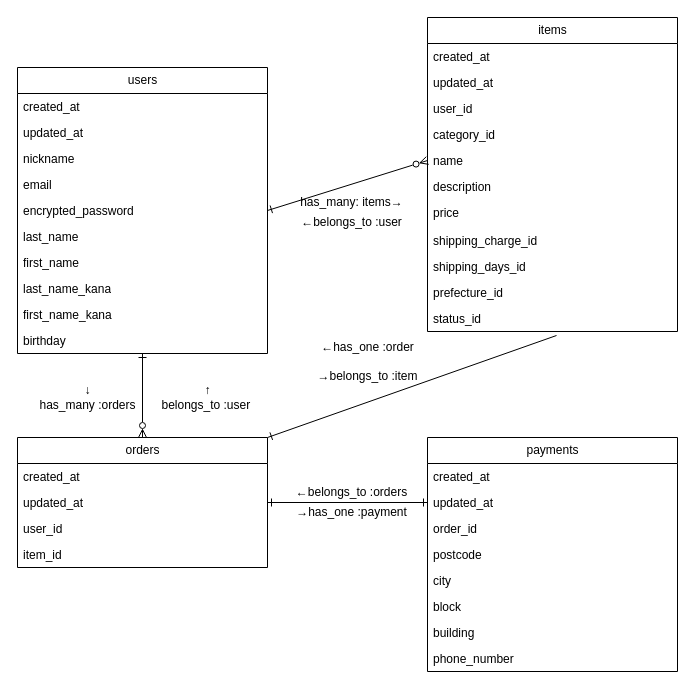
Before: er.dio in ryuseinii/furima-39473, a draw.io diagram. Source tidied: cells renumbered, new cells numbered last; positions are measured from the earlier drawing's top-left corner, leaving out a move shared by most shapes. Both pictures are drawn from the tidied source at 100%, with x=0, y=0 at pixel (17, 17).
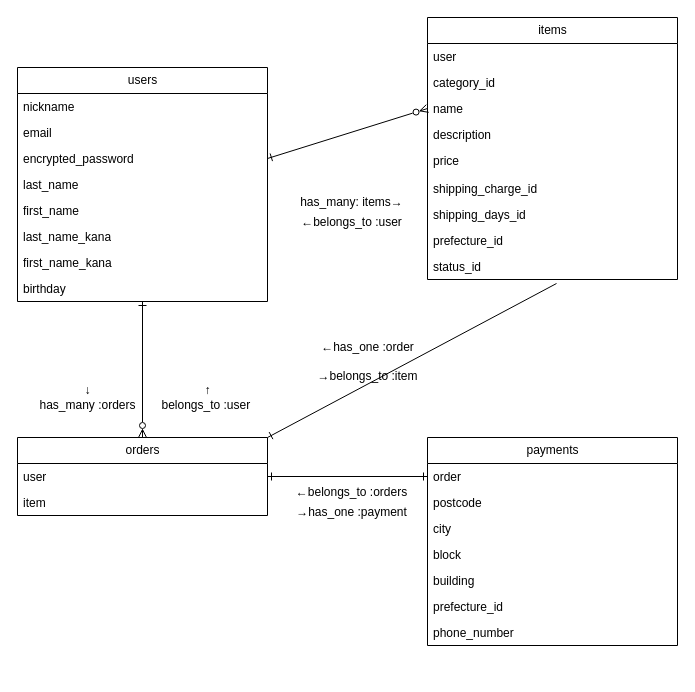
The same diagram, later.

Commit message:
指摘内容修正③

The edit, as a diff of the source:
```diff
@@
     <mxCell id="3" value="users" style="swimlane;fontStyle=0;horizontal=1;startSize=26;fillColor=none;html=1;" parent="1" vertex="1">
-      <mxGeometry y="50" width="250" height="286" as="geometry" />
+      <mxGeometry y="50" width="250" height="234" as="geometry" />
     </mxCell>
-    <mxCell id="4" value="created_at&lt;br&gt;" style="text;strokeColor=none;fillColor=none;align=left;verticalAlign=top;spacingLeft=4;spacingRight=4;overflow=hidden;whiteSpace=wrap;html=1;" parent="3" vertex="1">
-      <mxGeometry y="26" width="250" height="26" as="geometry" />
-    </mxCell>
-    <mxCell id="5" value="updated_at" style="text;strokeColor=none;fillColor=none;align=left;verticalAlign=top;spacingLeft=4;spacingRight=4;overflow=hidden;whiteSpace=wrap;html=1;" parent="3" vertex="1">
-      <mxGeometry y="52" width="250" height="26" as="geometry" />
-    </mxCell>
     <mxCell id="6" value="nickname" style="text;strokeColor=none;fillColor=none;align=left;verticalAlign=top;spacingLeft=4;spacingRight=4;overflow=hidden;whiteSpace=wrap;html=1;" parent="3" vertex="1">
-      <mxGeometry y="78" width="250" height="26" as="geometry" />
+      <mxGeometry y="26" width="250" height="26" as="geometry" />
     </mxCell>
     <mxCell id="7" value="email" style="text;strokeColor=none;fillColor=none;align=left;verticalAlign=top;spacingLeft=4;spacingRight=4;overflow=hidden;whiteSpace=wrap;html=1;" parent="3" vertex="1">
-      <mxGeometry y="104" width="250" height="26" as="geometry" />
+      <mxGeometry y="52" width="250" height="26" as="geometry" />
     </mxCell>
     <mxCell id="8" value="encrypted_password" style="text;strokeColor=none;fillColor=none;align=left;verticalAlign=top;spacingLeft=4;spacingRight=4;overflow=hidden;points=[[0,0.5],[1,0.5]];portConstraint=eastwest;whiteSpace=wrap;html=1;" parent="3" vertex="1">
-      <mxGeometry y="130" width="250" height="26" as="geometry" />
+      <mxGeometry y="78" width="250" height="26" as="geometry" />
     </mxCell>
     <mxCell id="9" value="last_name" style="text;strokeColor=none;fillColor=none;align=left;verticalAlign=top;spacingLeft=4;spacingRight=4;overflow=hidden;whiteSpace=wrap;html=1;" parent="3" vertex="1">
-      <mxGeometry y="156" width="250" height="26" as="geometry" />
+      <mxGeometry y="104" width="250" height="26" as="geometry" />
     </mxCell>
     <mxCell id="10" value="first_name" style="text;strokeColor=none;fillColor=none;align=left;verticalAlign=top;spacingLeft=4;spacingRight=4;overflow=hidden;whiteSpace=wrap;html=1;" parent="3" vertex="1">
-      <mxGeometry y="182" width="250" height="26" as="geometry" />
+      <mxGeometry y="130" width="250" height="26" as="geometry" />
     </mxCell>
     <mxCell id="11" value="last_name_kana" style="text;strokeColor=none;fillColor=none;align=left;verticalAlign=top;spacingLeft=4;spacingRight=4;overflow=hidden;whiteSpace=wrap;html=1;" parent="3" vertex="1">
-      <mxGeometry y="208" width="250" height="26" as="geometry" />
+      <mxGeometry y="156" width="250" height="26" as="geometry" />
     </mxCell>
     <mxCell id="12" value="first_name_kana" style="text;strokeColor=none;fillColor=none;align=left;verticalAlign=top;spacingLeft=4;spacingRight=4;overflow=hidden;whiteSpace=wrap;html=1;" parent="3" vertex="1">
-      <mxGeometry y="234" width="250" height="26" as="geometry" />
+      <mxGeometry y="182" width="250" height="26" as="geometry" />
     </mxCell>
     <mxCell id="13" value="birthday" style="text;strokeColor=none;fillColor=none;align=left;verticalAlign=top;spacingLeft=4;spacingRight=4;overflow=hidden;whiteSpace=wrap;html=1;" parent="3" vertex="1">
-      <mxGeometry y="260" width="250" height="26" as="geometry" />
+      <mxGeometry y="208" width="250" height="26" as="geometry" />
     </mxCell>
     <mxCell id="14" value="items" style="swimlane;fontStyle=0;horizontal=1;startSize=26;fillColor=none;html=1;" parent="1" vertex="1">
-      <mxGeometry x="410" width="250" height="314" as="geometry" />
+      <mxGeometry x="410" width="250" height="262" as="geometry" />
     </mxCell>
-    <mxCell id="15" value="created_at&lt;br&gt;" style="text;strokeColor=none;fillColor=none;align=left;verticalAlign=top;spacingLeft=4;spacingRight=4;overflow=hidden;whiteSpace=wrap;html=1;" parent="14" vertex="1">
-      <mxGeometry y="26" width="250" height="26" as="geometry" />
-    </mxCell>
-    <mxCell id="16" value="updated_at" style="text;strokeColor=none;fillColor=none;align=left;verticalAlign=top;spacingLeft=4;spacingRight=4;overflow=hidden;whiteSpace=wrap;html=1;" parent="14" vertex="1">
-      <mxGeometry y="52" width="250" height="26" as="geometry" />
-    </mxCell>
-    <mxCell id="17" value="user_id" style="text;strokeColor=none;fillColor=none;align=left;verticalAlign=top;spacingLeft=4;spacingRight=4;overflow=hidden;whiteSpace=wrap;html=1;" parent="14" vertex="1">
-      <mxGeometry y="78" width="250" height="26" as="geometry" />
+    <mxCell id="17" value="user" style="text;strokeColor=none;fillColor=none;align=left;verticalAlign=top;spacingLeft=4;spacingRight=4;overflow=hidden;whiteSpace=wrap;html=1;" parent="14" vertex="1">
+      <mxGeometry y="26" width="250" height="26" as="geometry" />
     </mxCell>
     <mxCell id="18" value="category_id" style="text;strokeColor=none;fillColor=none;align=left;verticalAlign=top;spacingLeft=4;spacingRight=4;overflow=hidden;whiteSpace=wrap;html=1;" parent="14" vertex="1">
-      <mxGeometry y="104" width="250" height="26" as="geometry" />
+      <mxGeometry y="52" width="250" height="26" as="geometry" />
     </mxCell>
     <mxCell id="19" value="name" style="text;strokeColor=none;fillColor=none;align=left;verticalAlign=top;spacingLeft=4;spacingRight=4;overflow=hidden;points=[[0,0.5],[1,0.5]];portConstraint=eastwest;whiteSpace=wrap;html=1;" parent="14" vertex="1">
-      <mxGeometry y="130" width="250" height="26" as="geometry" />
+      <mxGeometry y="78" width="250" height="26" as="geometry" />
     </mxCell>
     <mxCell id="20" value="description" style="text;strokeColor=none;fillColor=none;align=left;verticalAlign=top;spacingLeft=4;spacingRight=4;overflow=hidden;whiteSpace=wrap;html=1;" parent="14" vertex="1">
-      <mxGeometry y="156" width="250" height="26" as="geometry" />
+      <mxGeometry y="104" width="250" height="26" as="geometry" />
     </mxCell>
     <mxCell id="21" value="price" style="text;strokeColor=none;fillColor=none;align=left;verticalAlign=top;spacingLeft=4;spacingRight=4;overflow=hidden;whiteSpace=wrap;html=1;" parent="14" vertex="1">
-      <mxGeometry y="182" width="250" height="28" as="geometry" />
+      <mxGeometry y="130" width="250" height="28" as="geometry" />
     </mxCell>
     <mxCell id="22" value="shipping_charge_id" style="text;strokeColor=none;fillColor=none;align=left;verticalAlign=top;spacingLeft=4;spacingRight=4;overflow=hidden;whiteSpace=wrap;html=1;" parent="14" vertex="1">
-      <mxGeometry y="210" width="250" height="26" as="geometry" />
+      <mxGeometry y="158" width="250" height="26" as="geometry" />
     </mxCell>
     <mxCell id="23" value="shipping_days_id" style="text;strokeColor=none;fillColor=none;align=left;verticalAlign=top;spacingLeft=4;spacingRight=4;overflow=hidden;whiteSpace=wrap;html=1;" parent="14" vertex="1">
-      <mxGeometry y="236" width="250" height="26" as="geometry" />
+      <mxGeometry y="184" width="250" height="26" as="geometry" />
     </mxCell>
     <mxCell id="24" value="prefecture_id" style="text;strokeColor=none;fillColor=none;align=left;verticalAlign=top;spacingLeft=4;spacingRight=4;overflow=hidden;whiteSpace=wrap;html=1;" parent="14" vertex="1">
-      <mxGeometry y="262" width="250" height="26" as="geometry" />
+      <mxGeometry y="210" width="250" height="26" as="geometry" />
     </mxCell>
     <mxCell id="25" value="status_id" style="text;strokeColor=none;fillColor=none;align=left;verticalAlign=top;spacingLeft=4;spacingRight=4;overflow=hidden;points=[[0,0.5],[1,0.5]];portConstraint=eastwest;whiteSpace=wrap;html=1;" parent="14" vertex="1">
-      <mxGeometry y="288" width="250" height="26" as="geometry" />
+      <mxGeometry y="236" width="250" height="26" as="geometry" />
     </mxCell>
-    <mxCell id="26" style="edgeStyle=none;html=1;entryX=0;entryY=0.5;entryDx=0;entryDy=0;startArrow=ERone;startFill=0;endArrow=ERone;endFill=0;" parent="1" edge="1" source="27" target="34">
-      <mxGeometry relative="1" as="geometry" />
+    <mxCell id="26" style="edgeStyle=none;html=1;entryX=0;entryY=0.5;entryDx=0;entryDy=0;startArrow=ERone;startFill=0;endArrow=ERone;endFill=0;" parent="1" edge="1" source="27">
+      <mxGeometry relative="1" as="geometry">
+        <mxPoint x="410" y="459" as="targetPoint" />
+      </mxGeometry>
     </mxCell>
     <mxCell id="27" value="orders" style="swimlane;fontStyle=0;horizontal=1;startSize=26;fillColor=none;html=1;" parent="1" vertex="1">
-      <mxGeometry y="420" width="250" height="130" as="geometry" />
+      <mxGeometry y="420" width="250" height="78" as="geometry" />
     </mxCell>
-    <mxCell id="28" value="created_at&lt;br&gt;" style="text;strokeColor=none;fillColor=none;align=left;verticalAlign=top;spacingLeft=4;spacingRight=4;overflow=hidden;whiteSpace=wrap;html=1;" parent="27" vertex="1">
-      <mxGeometry y="26" width="250" height="26" as="geometry" />
-    </mxCell>
-    <mxCell id="29" value="updated_at" style="text;strokeColor=none;fillColor=none;align=left;verticalAlign=top;spacingLeft=4;spacingRight=4;overflow=hidden;whiteSpace=wrap;html=1;" parent="27" vertex="1">
-      <mxGeometry y="52" width="250" height="26" as="geometry" />
-    </mxCell>
-    <mxCell id="30" value="user_id" style="text;strokeColor=none;fillColor=none;align=left;verticalAlign=top;spacingLeft=4;spacingRight=4;overflow=hidden;whiteSpace=wrap;html=1;" parent="27" vertex="1">
-      <mxGeometry y="78" width="250" height="26" as="geometry" />
+    <mxCell id="30" value="user" style="text;strokeColor=none;fillColor=none;align=left;verticalAlign=top;spacingLeft=4;spacingRight=4;overflow=hidden;whiteSpace=wrap;html=1;" parent="27" vertex="1">
+      <mxGeometry y="26" width="250" height="26" as="geometry" />
     </mxCell>
-    <mxCell id="31" value="item_id" style="text;strokeColor=none;fillColor=none;align=left;verticalAlign=top;spacingLeft=4;spacingRight=4;overflow=hidden;whiteSpace=wrap;html=1;" parent="27" vertex="1">
-      <mxGeometry y="104" width="250" height="26" as="geometry" />
+    <mxCell id="31" value="item" style="text;strokeColor=none;fillColor=none;align=left;verticalAlign=top;spacingLeft=4;spacingRight=4;overflow=hidden;whiteSpace=wrap;html=1;" parent="27" vertex="1">
+      <mxGeometry y="52" width="250" height="26" as="geometry" />
     </mxCell>
     <mxCell id="32" value="payments" style="swimlane;fontStyle=0;horizontal=1;startSize=26;fillColor=none;html=1;" parent="1" vertex="1">
-      <mxGeometry x="410" y="420" width="250" height="234" as="geometry" />
+      <mxGeometry x="410" y="420" width="250" height="208" as="geometry" />
     </mxCell>
-    <mxCell id="33" value="created_at&lt;br&gt;" style="text;strokeColor=none;fillColor=none;align=left;verticalAlign=top;spacingLeft=4;spacingRight=4;overflow=hidden;whiteSpace=wrap;html=1;" parent="32" vertex="1">
-      <mxGeometry y="26" width="250" height="26" as="geometry" />
-    </mxCell>
-    <mxCell id="34" value="updated_at" style="text;strokeColor=none;fillColor=none;align=left;verticalAlign=top;spacingLeft=4;spacingRight=4;overflow=hidden;points=[[0,0.5],[1,0.5]];portConstraint=eastwest;whiteSpace=wrap;html=1;" parent="32" vertex="1">
-      <mxGeometry y="52" width="250" height="26" as="geometry" />
-    </mxCell>
-    <mxCell id="35" value="order_id" style="text;strokeColor=none;fillColor=none;align=left;verticalAlign=top;spacingLeft=4;spacingRight=4;overflow=hidden;whiteSpace=wrap;html=1;" parent="32" vertex="1">
-      <mxGeometry y="78" width="250" height="26" as="geometry" />
+    <mxCell id="35" value="order" style="text;strokeColor=none;fillColor=none;align=left;verticalAlign=top;spacingLeft=4;spacingRight=4;overflow=hidden;whiteSpace=wrap;html=1;" parent="32" vertex="1">
+      <mxGeometry y="26" width="250" height="26" as="geometry" />
     </mxCell>
     <mxCell id="36" value="postcode" style="text;strokeColor=none;fillColor=none;align=left;verticalAlign=top;spacingLeft=4;spacingRight=4;overflow=hidden;whiteSpace=wrap;html=1;" parent="32" vertex="1">
-      <mxGeometry y="104" width="250" height="26" as="geometry" />
+      <mxGeometry y="52" width="250" height="26" as="geometry" />
     </mxCell>
     <mxCell id="37" value="city" style="text;strokeColor=none;fillColor=none;align=left;verticalAlign=top;spacingLeft=4;spacingRight=4;overflow=hidden;whiteSpace=wrap;html=1;" parent="32" vertex="1">
-      <mxGeometry y="130" width="250" height="26" as="geometry" />
+      <mxGeometry y="78" width="250" height="26" as="geometry" />
     </mxCell>
     <mxCell id="38" value="block" style="text;strokeColor=none;fillColor=none;align=left;verticalAlign=top;spacingLeft=4;spacingRight=4;overflow=hidden;whiteSpace=wrap;html=1;" parent="32" vertex="1">
-      <mxGeometry y="156" width="250" height="26" as="geometry" />
+      <mxGeometry y="104" width="250" height="26" as="geometry" />
     </mxCell>
     <mxCell id="39" value="building" style="text;strokeColor=none;fillColor=none;align=left;verticalAlign=top;spacingLeft=4;spacingRight=4;overflow=hidden;whiteSpace=wrap;html=1;" parent="32" vertex="1">
-      <mxGeometry y="182" width="250" height="26" as="geometry" />
+      <mxGeometry y="130" width="250" height="26" as="geometry" />
     </mxCell>
+    <mxCell id="50" value="prefecture_id" style="text;strokeColor=none;fillColor=none;align=left;verticalAlign=top;spacingLeft=4;spacingRight=4;overflow=hidden;whiteSpace=wrap;html=1;" parent="32" vertex="1">
+      <mxGeometry y="156" width="250" height="26" as="geometry" />
+    </mxCell>
     <mxCell id="40" value="phone_number" style="text;strokeColor=none;fillColor=none;align=left;verticalAlign=top;spacingLeft=4;spacingRight=4;overflow=hidden;whiteSpace=wrap;html=1;" parent="32" vertex="1">
-      <mxGeometry y="208" width="250" height="26" as="geometry" />
+      <mxGeometry y="182" width="250" height="26" as="geometry" />
     </mxCell>
```
